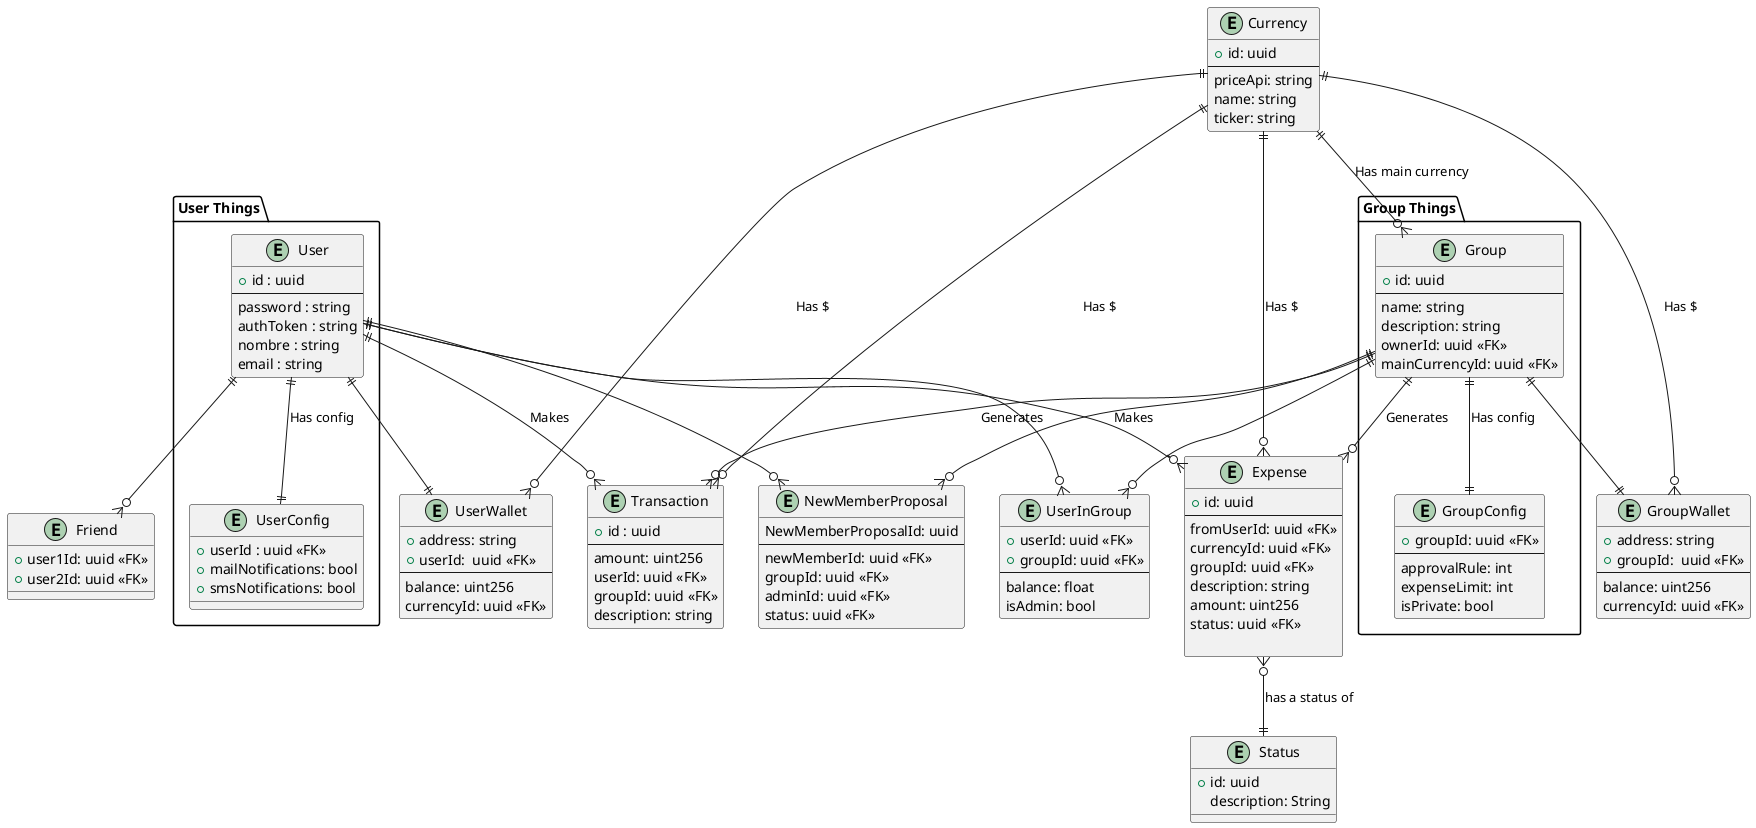
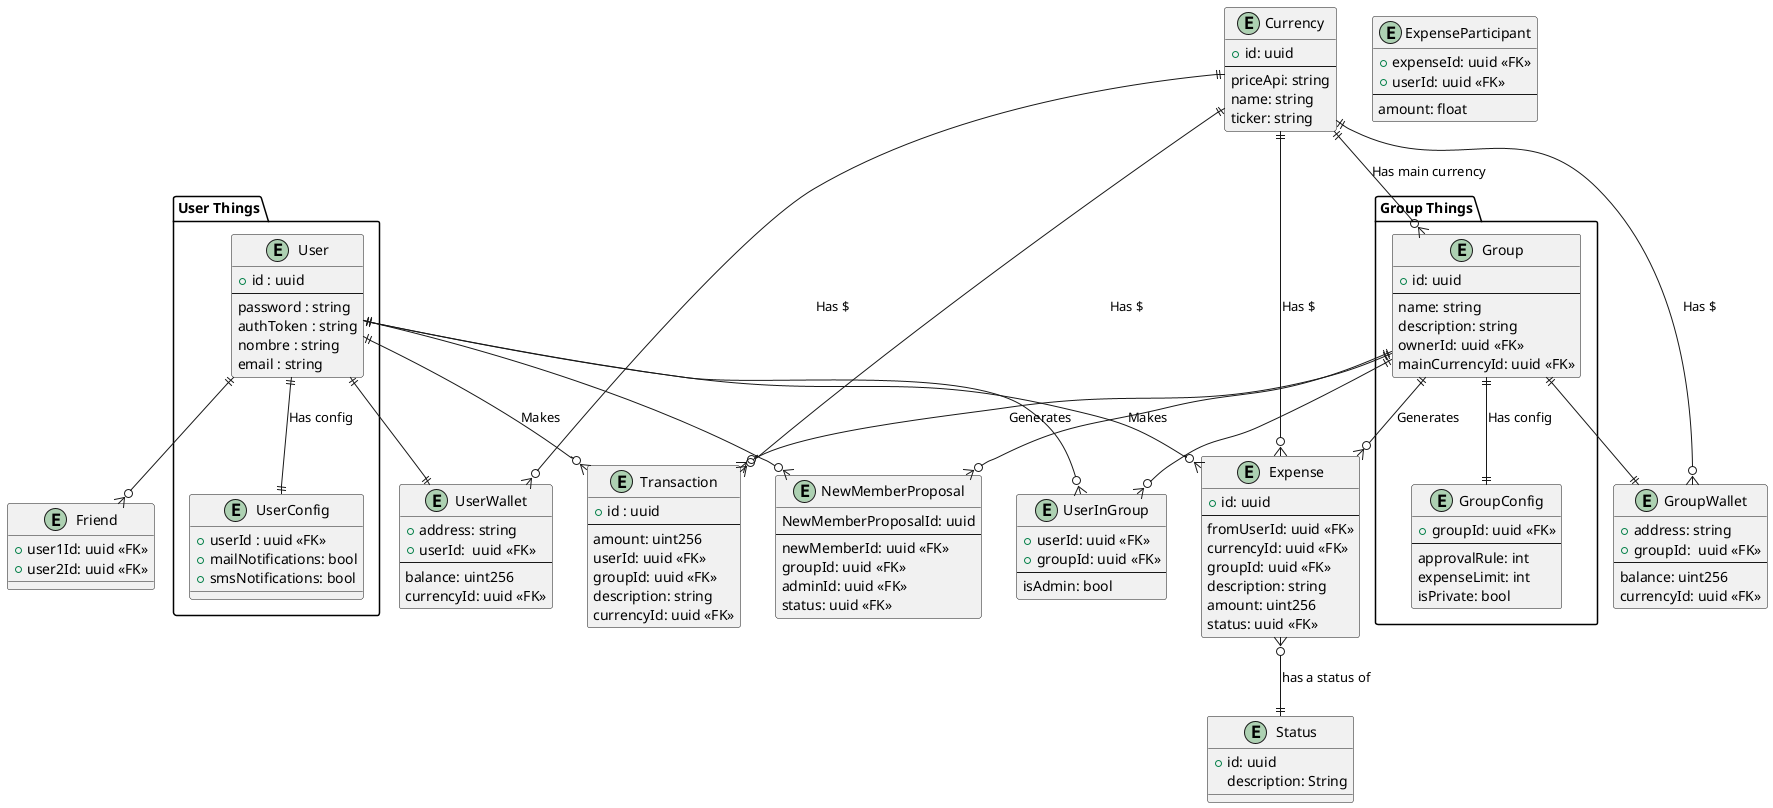
@startuml entity-relationship


package "User Things" {
    entity "User" {
      +id : uuid
      --
      password : string
      authToken : string
      nombre : string
      email : string
    }

    entity "UserConfig" {
        +userId : uuid <<FK>>
        +mailNotifications: bool
        +smsNotifications: bool
    }
}

package "Group Things"{
    entity "Group" {
    +id: uuid
    ---
    name: string
    description: string
    ownerId: uuid <<FK>>
    mainCurrencyId: uuid <<FK>>
    }
    entity "GroupConfig"{
        +groupId: uuid <<FK>>
        ---
        approvalRule: int
        expenseLimit: int
        isPrivate: bool
    }
}

entity "Friend"{
    +user1Id: uuid <<FK>>
    +user2Id: uuid <<FK>>
}
'chequeos de que el que invita sea admin del grupo'
'que el nuevo miembro no sea parte del grupo'
entity "NewMemberProposal"{
    NewMemberProposalId: uuid
    ---
    newMemberId: uuid <<FK>>
    groupId: uuid <<FK>>
    adminId: uuid <<FK>>
    status: uuid <<FK>>
}

entity "UserWallet"{
    +address: string
    +userId:  uuid <<FK>>
    ---
    balance: uint256
    currencyId: uuid <<FK>>
}
entity "GroupWallet"{
    +address: string
    +groupId:  uuid <<FK>>
    ---
    balance: uint256
    currencyId: uuid <<FK>>
}



entity "Transaction" {
    +id : uuid
    ---
    amount: uint256
' If negative -> withdraw, else -> deposit
    userId: uuid <<FK>>
    groupId: uuid <<FK>>
    description: string
+     currencyId: uuid <<FK>>
}

entity "Currency" {
    +id: uuid
    ---
    priceApi: string
    name: string
    ticker: string
}
entity "UserInGroup"{
    +userId: uuid <<FK>>
    +groupId: uuid <<FK>>
    ---
-     balance: float
    isAdmin: bool
}

entity "Expense" {
    +id: uuid
    ---
    fromUserId: uuid <<FK>>
    currencyId: uuid <<FK>>
    groupId: uuid <<FK>>
    description: string
    amount: uint256
    status: uuid <<FK>>
- 
+ }
+ entity "ExpenseParticipant"{
+     +expenseId: uuid <<FK>>
+     +userId: uuid <<FK>>
+     --
+     amount: float
}

entity "Status"{
    'Podrían ser PENDING, APPROVED, REJECTED'
    +id: uuid
    description: String
}


User ||--|| UserConfig : Has config
User ||--o{ Expense : Makes

User ||--o{ UserInGroup
Group ||--o{ UserInGroup


Currency ||--o{ Expense: Has $
Group ||--o{ Expense : Generates
Currency ||--o{ Group : Has main currency

Currency ||--o{ UserWallet: Has $
Currency ||--o{ GroupWallet: Has $
User ||--|| UserWallet
Group ||--|| GroupWallet

Currency ||--o{ Transaction: Has $
Group ||--o{ Transaction : Generates
User ||--o{ Transaction : Makes

User ||--o{ Friend
Group ||--|| GroupConfig: Has config

Expense }o--|| Status: has a status of

User ||--o{ NewMemberProposal
Group ||--o{ NewMemberProposal

@enduml